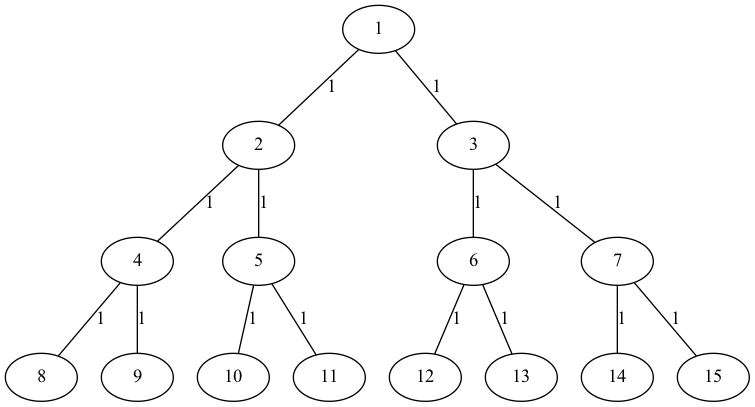
Above: graph.png in joaopsramos/graph-n2 (Graphviz), before the change. Its source is kept beside it as graph.dot.
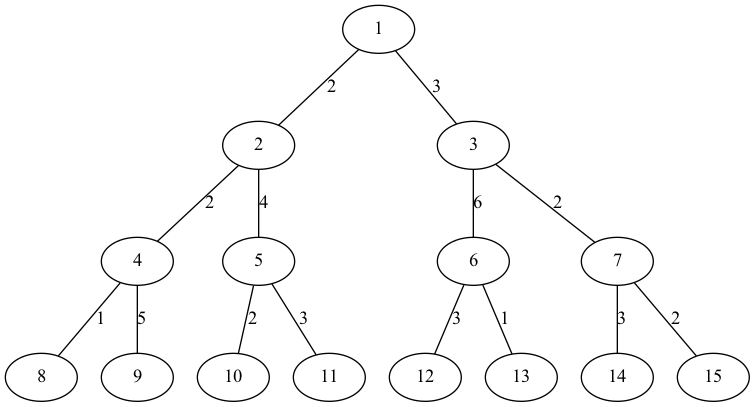
Later version of the same file.

Change to the diagram source:
```diff
@@ -14,18 +14,18 @@
     13 [label="13"]
     14 [label="14"]
     15 [label="15"]
-    1 -- 2 [label="1"]
-    1 -- 3 [label="1"]
-    2 -- 4 [label="1"]
-    2 -- 5 [label="1"]
+    1 -- 2 [label="2"]
+    1 -- 3 [label="3"]
+    2 -- 4 [label="2"]
+    2 -- 5 [label="4"]
     4 -- 8 [label="1"]
-    4 -- 9 [label="1"]
-    5 -- 10 [label="1"]
-    5 -- 11 [label="1"]
-    3 -- 6 [label="1"]
-    3 -- 7 [label="1"]
-    6 -- 12 [label="1"]
+    4 -- 9 [label="5"]
+    5 -- 10 [label="2"]
+    5 -- 11 [label="3"]
+    3 -- 6 [label="6"]
+    3 -- 7 [label="2"]
+    6 -- 12 [label="3"]
     6 -- 13 [label="1"]
-    7 -- 14 [label="1"]
-    7 -- 15 [label="1"]
+    7 -- 14 [label="3"]
+    7 -- 15 [label="2"]
 }
```
